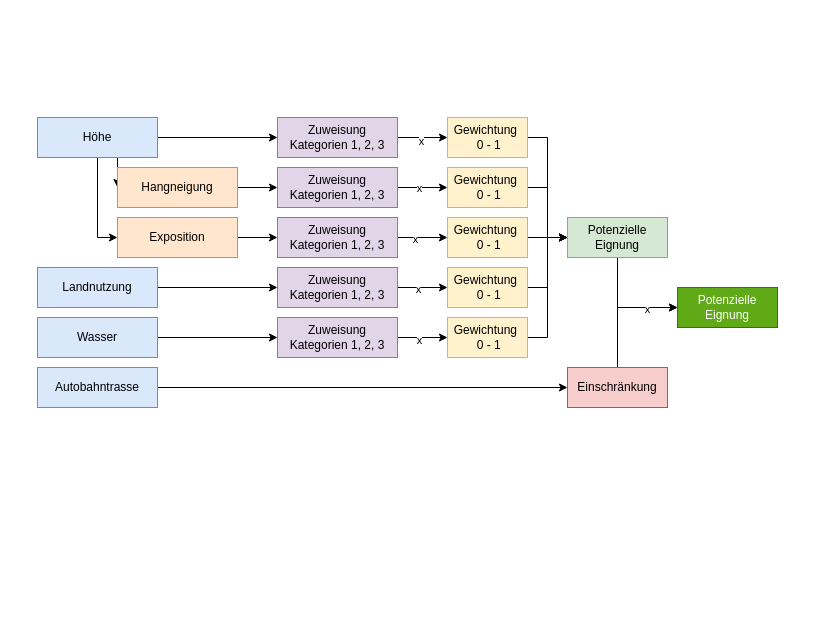
This is images/Unbenanntes Diagramm.drawio from gisma-courses/gc-geoinfo, a draw.io file, before an edit. Source tidied: cells renumbered, new cells numbered last; positions are measured from the earlier drawing's top-left corner, leaving out a move shared by most shapes. Both pictures are drawn from the tidied source at 100%, with x=0, y=0 at pixel (37, 117).
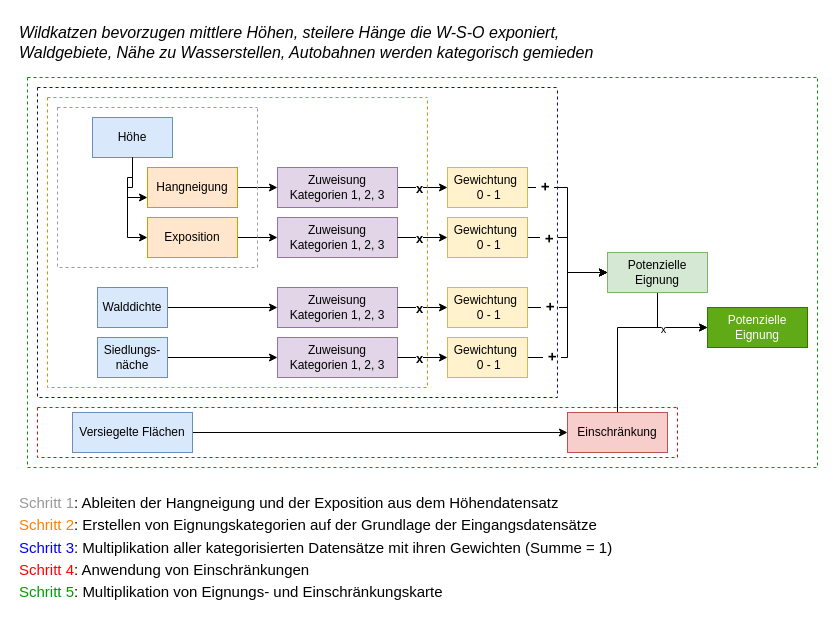
The same page after the edit.

Unchanged cells that the change refers to:
```xml
<mxCell id="17" style="edgeStyle=orthogonalEdgeStyle;rounded=0;jettySize=auto;html=1;exitX=1;exitY=0.5;exitDx=0;exitDy=0;entryX=0;entryY=0.5;entryDx=0;entryDy=0;" parent="1" edge="1" source="19" target="32">
  <mxGeometry relative="1" as="geometry" />
</mxCell>
<mxCell id="22" value="Zuweisung Kategorien 1, 2, 3" style="rounded=0;whiteSpace=wrap;html=1;fillColor=#e1d5e7;strokeColor=#9673a6;" parent="1" vertex="1">
  <mxGeometry x="240" y="100" width="120" height="40" as="geometry" />
</mxCell>
<mxCell id="31" style="edgeStyle=orthogonalEdgeStyle;rounded=0;jettySize=auto;html=1;exitX=1;exitY=0.5;exitDx=0;exitDy=0;entryX=0;entryY=0.5;entryDx=0;entryDy=0;" parent="1" edge="1" source="32" target="40">
  <mxGeometry relative="1" as="geometry" />
</mxCell>
<mxCell id="33" style="edgeStyle=orthogonalEdgeStyle;rounded=0;jettySize=auto;html=1;" parent="1" edge="1" source="34" target="40">
  <mxGeometry relative="1" as="geometry" />
</mxCell>
<mxCell id="34" value="Gewichtung&amp;nbsp;&lt;br&gt;&amp;nbsp;0 - 1" style="rounded=0;whiteSpace=wrap;html=1;fillColor=#fff2cc;strokeColor=#d6b656;" parent="1" vertex="1">
  <mxGeometry x="410" y="100" width="80" height="40" as="geometry" />
</mxCell>
<mxCell id="35" style="edgeStyle=orthogonalEdgeStyle;rounded=0;jettySize=auto;html=1;exitX=1;exitY=0.5;exitDx=0;exitDy=0;entryX=0;entryY=0.5;entryDx=0;entryDy=0;" parent="1" edge="1" source="36" target="40">
  <mxGeometry relative="1" as="geometry" />
</mxCell>
<mxCell id="37" style="edgeStyle=orthogonalEdgeStyle;rounded=0;jettySize=auto;html=1;exitX=1;exitY=0.5;exitDx=0;exitDy=0;entryX=0;entryY=0.5;entryDx=0;entryDy=0;" parent="1" edge="1" source="38" target="40">
  <mxGeometry relative="1" as="geometry" />
</mxCell>
```

Diff of the diagram source:
```diff
@@
-    <mxCell id="2" style="edgeStyle=orthogonalEdgeStyle;rounded=0;jettySize=auto;html=1;exitX=0.5;exitY=1;exitDx=0;exitDy=0;entryX=0;entryY=0.5;entryDx=0;entryDy=0;" parent="1" edge="1" source="5" target="9">
-      <mxGeometry relative="1" as="geometry" />
-    </mxCell>
-    <mxCell id="3" style="edgeStyle=orthogonalEdgeStyle;rounded=0;jettySize=auto;html=1;exitX=0.5;exitY=1;exitDx=0;exitDy=0;entryX=0;entryY=0.5;entryDx=0;entryDy=0;" parent="1" edge="1" source="5" target="7">
-      <mxGeometry relative="1" as="geometry" />
-    </mxCell>
-    <mxCell id="4" style="edgeStyle=orthogonalEdgeStyle;rounded=0;jettySize=auto;html=1;exitX=1;exitY=0.5;exitDx=0;exitDy=0;entryX=0;entryY=0.5;entryDx=0;entryDy=0;" parent="1" edge="1" source="5" target="16">
-      <mxGeometry relative="1" as="geometry" />
-    </mxCell>
-    <mxCell id="5" value="Höhe" style="rounded=0;whiteSpace=wrap;html=1;fillColor=#dae8fc;strokeColor=#6c8ebf;" parent="1" vertex="1">
-      <mxGeometry width="120" height="40" as="geometry" />
-    </mxCell>
@@
-    <mxCell id="7" value="Hangneigung" style="rounded=0;whiteSpace=wrap;html=1;fillColor=#ffe6cc;strokeColor=#d79b00;" parent="1" vertex="1">
-      <mxGeometry x="80" y="50" width="120" height="40" as="geometry" />
-    </mxCell>
@@
-    <mxCell id="9" value="Exposition" style="rounded=0;whiteSpace=wrap;html=1;fillColor=#ffe6cc;strokeColor=#d79b00;" parent="1" vertex="1">
-      <mxGeometry x="80" y="100" width="120" height="40" as="geometry" />
-    </mxCell>
@@
-    <mxCell id="11" value="Landnutzung" style="rounded=0;whiteSpace=wrap;html=1;fillColor=#dae8fc;strokeColor=#6c8ebf;" parent="1" vertex="1">
-      <mxGeometry y="150" width="120" height="40" as="geometry" />
-    </mxCell>
@@
-    <mxCell id="13" value="Wasser" style="rounded=0;whiteSpace=wrap;html=1;fillColor=#dae8fc;strokeColor=#6c8ebf;" parent="1" vertex="1">
-      <mxGeometry y="200" width="120" height="40" as="geometry" />
-    </mxCell>
-    <mxCell id="14" style="edgeStyle=orthogonalEdgeStyle;rounded=0;jettySize=auto;html=1;exitX=1;exitY=0.5;exitDx=0;exitDy=0;entryX=0;entryY=0.5;entryDx=0;entryDy=0;" parent="1" edge="1" source="16" target="30">
-      <mxGeometry relative="1" as="geometry" />
-    </mxCell>
-    <mxCell id="15" value="x" style="edgeLabel;html=1;align=center;verticalAlign=middle;" parent="14" vertex="1">
-      <mxGeometry x="-0.09" y="-3" relative="1" as="geometry" />
-    </mxCell>
-    <mxCell id="16" value="Zuweisung Kategorien 1, 2, 3" style="rounded=0;whiteSpace=wrap;html=1;fillColor=#e1d5e7;strokeColor=#9673a6;" parent="1" vertex="1">
-      <mxGeometry x="240" width="120" height="40" as="geometry" />
-    </mxCell>
@@
-    <mxCell id="18" value="x" style="edgeLabel;html=1;align=center;verticalAlign=middle;" parent="17" vertex="1">
+    <mxCell id="18" value="x" style="edgeLabel;html=1;align=center;verticalAlign=middle;fontSize=13;fontStyle=1;spacingLeft=5;spacingRight=5;" parent="17" vertex="1">
       <mxGeometry x="-0.17" relative="1" as="geometry" />
     </mxCell>
@@
-    <mxCell id="20" style="edgeStyle=orthogonalEdgeStyle;rounded=0;jettySize=auto;html=1;exitX=1;exitY=0.5;exitDx=0;exitDy=0;entryX=0;entryY=0.5;entryDx=0;entryDy=0;" parent="1" edge="1" source="22" target="34">
-      <mxGeometry relative="1" as="geometry" />
-    </mxCell>
-    <mxCell id="21" value="x" style="edgeLabel;html=1;align=center;verticalAlign=middle;" parent="20" vertex="1">
-      <mxGeometry x="-0.33" y="-1" relative="1" as="geometry" />
-    </mxCell>
@@
-    <mxCell id="23" style="edgeStyle=orthogonalEdgeStyle;rounded=0;jettySize=auto;html=1;exitX=1;exitY=0.5;exitDx=0;exitDy=0;entryX=0;entryY=0.5;entryDx=0;entryDy=0;" parent="1" edge="1" source="25" target="36">
-      <mxGeometry relative="1" as="geometry" />
-    </mxCell>
-    <mxCell id="24" value="x" style="edgeLabel;html=1;align=center;verticalAlign=middle;" parent="23" vertex="1">
-      <mxGeometry x="-0.21" y="-1" relative="1" as="geometry" />
-    </mxCell>
     <mxCell id="25" value="Zuweisung Kategorien 1, 2, 3" style="rounded=0;whiteSpace=wrap;html=1;fillColor=#e1d5e7;strokeColor=#9673a6;" parent="1" vertex="1">
-      <mxGeometry x="240" y="150" width="120" height="40" as="geometry" />
+      <mxGeometry x="240" y="170" width="120" height="40" as="geometry" />
     </mxCell>
-    <mxCell id="26" style="edgeStyle=orthogonalEdgeStyle;rounded=0;jettySize=auto;html=1;exitX=1;exitY=0.5;exitDx=0;exitDy=0;entryX=0;entryY=0.5;entryDx=0;entryDy=0;" parent="1" edge="1" source="28" target="38">
-      <mxGeometry relative="1" as="geometry" />
-    </mxCell>
-    <mxCell id="27" value="x" style="edgeLabel;html=1;align=center;verticalAlign=middle;" parent="26" vertex="1">
-      <mxGeometry x="-0.17" y="-2" relative="1" as="geometry" />
-    </mxCell>
     <mxCell id="28" value="Zuweisung Kategorien 1, 2, 3" style="rounded=0;whiteSpace=wrap;html=1;fillColor=#e1d5e7;strokeColor=#9673a6;" parent="1" vertex="1">
-      <mxGeometry x="240" y="200" width="120" height="40" as="geometry" />
+      <mxGeometry x="240" y="220" width="120" height="40" as="geometry" />
     </mxCell>
-    <mxCell id="29" style="edgeStyle=orthogonalEdgeStyle;rounded=0;jettySize=auto;html=1;exitX=1;exitY=0.5;exitDx=0;exitDy=0;entryX=0;entryY=0.5;entryDx=0;entryDy=0;" parent="1" edge="1" source="30" target="40">
-      <mxGeometry relative="1" as="geometry" />
-    </mxCell>
-    <mxCell id="30" value="Gewichtung&amp;nbsp;&lt;br&gt;&amp;nbsp;0 - 1" style="rounded=0;whiteSpace=wrap;html=1;fillColor=#fff2cc;strokeColor=#d6b656;" parent="1" vertex="1">
-      <mxGeometry x="410" width="80" height="40" as="geometry" />
-    </mxCell>
@@
+    <mxCell id="47" value="+" style="edgeLabel;html=1;align=center;verticalAlign=middle;fontSize=15;fontStyle=1;horizontal=0;" parent="31" vertex="1">
+      <mxGeometry x="-0.8" y="-1" relative="1" as="geometry" />
+    </mxCell>
@@
+    <mxCell id="48" value="+" style="edgeLabel;html=1;align=center;verticalAlign=middle;fontSize=15;fontStyle=1;horizontal=0;" parent="33" vertex="1">
+      <mxGeometry x="-0.66" y="-3" relative="1" as="geometry" />
+    </mxCell>
@@
+    <mxCell id="49" value="+" style="edgeLabel;html=1;align=center;verticalAlign=middle;fontSize=15;fontStyle=1;horizontal=0;" parent="35" vertex="1">
+      <mxGeometry x="-0.64" y="-1" relative="1" as="geometry" />
+    </mxCell>
     <mxCell id="36" value="Gewichtung&amp;nbsp;&lt;br&gt;&amp;nbsp;0 - 1" style="rounded=0;whiteSpace=wrap;html=1;fillColor=#fff2cc;strokeColor=#d6b656;" parent="1" vertex="1">
-      <mxGeometry x="410" y="150" width="80" height="40" as="geometry" />
+      <mxGeometry x="410" y="170" width="80" height="40" as="geometry" />
     </mxCell>
@@
+    <mxCell id="50" value="&lt;font style=&quot;font-size: 15px;&quot;&gt;&lt;b style=&quot;font-size: 15px;&quot;&gt;+&lt;/b&gt;&lt;/font&gt;" style="edgeLabel;html=1;align=center;verticalAlign=middle;fontSize=15;horizontal=0;" parent="37" vertex="1">
+      <mxGeometry x="-0.72" y="-1" relative="1" as="geometry" />
+    </mxCell>
     <mxCell id="38" value="Gewichtung&amp;nbsp;&lt;br&gt;&amp;nbsp;0 - 1" style="rounded=0;whiteSpace=wrap;html=1;fillColor=#fff2cc;strokeColor=#d6b656;" parent="1" vertex="1">
-      <mxGeometry x="410" y="200" width="80" height="40" as="geometry" />
+      <mxGeometry x="410" y="220" width="80" height="40" as="geometry" />
     </mxCell>
@@
-    <mxCell id="40" value="Potenzielle Eignung" style="rounded=0;whiteSpace=wrap;html=1;fillColor=#d5e8d4;strokeColor=#82b366;" parent="1" vertex="1">
-      <mxGeometry x="530" y="100" width="100" height="40" as="geometry" />
-    </mxCell>
@@
-    <mxCell id="42" value="Autobahntrasse" style="rounded=0;whiteSpace=wrap;html=1;fillColor=#dae8fc;strokeColor=#6c8ebf;" parent="1" vertex="1">
-      <mxGeometry y="250" width="120" height="40" as="geometry" />
-    </mxCell>
@@
     <mxCell id="45" value="Einschränkung" style="rounded=0;whiteSpace=wrap;html=1;fillColor=#f8cecc;strokeColor=#b85450;" parent="1" vertex="1">
-      <mxGeometry x="530" y="250" width="100" height="40" as="geometry" />
+      <mxGeometry x="530" y="295" width="100" height="40" as="geometry" />
     </mxCell>
     <mxCell id="46" value="Potenzielle Eignung" style="rounded=0;whiteSpace=wrap;html=1;fillColor=#60a917;fontColor=#ffffff;strokeColor=#2D7600;" parent="1" vertex="1">
-      <mxGeometry x="640" y="170" width="100" height="40" as="geometry" />
+      <mxGeometry x="670" y="190" width="100" height="40" as="geometry" />
     </mxCell>
+    <mxCell id="51" value="&lt;font color=&quot;#999999&quot;&gt;Schritt 1&lt;/font&gt;: Ableiten der Hangneigung und der Exposition aus dem Höhendatensatz" style="text;html=1;align=left;verticalAlign=middle;strokeColor=none;fillColor=none;fontSize=15;" parent="1" vertex="1">
+      <mxGeometry x="-20" y="370" width="560" height="30" as="geometry" />
+    </mxCell>
+    <mxCell id="52" value="&lt;font color=&quot;#ff8000&quot;&gt;Schritt 2&lt;/font&gt;: Erstellen von Eignungskategorien auf der Grundlage der Eingangsdatensätze" style="text;html=1;align=left;verticalAlign=middle;strokeColor=none;fillColor=none;fontSize=15;" parent="1" vertex="1">
+      <mxGeometry x="-20" y="392" width="600" height="30" as="geometry" />
+    </mxCell>
+    <mxCell id="53" value="&lt;font color=&quot;#0000ff&quot;&gt;Schritt 3&lt;/font&gt;: Multiplikation aller kategorisierten Datensätze mit ihren Gewichten (Summe = 1)" style="text;html=1;align=left;verticalAlign=middle;strokeColor=none;fillColor=none;fontSize=15;" parent="1" vertex="1">
+      <mxGeometry x="-20" y="415" width="620" height="30" as="geometry" />
+    </mxCell>
+    <mxCell id="54" value="&lt;font color=&quot;#ff0000&quot;&gt;Schritt 4&lt;/font&gt;: Anwendung von Einschränkungen" style="text;html=1;align=left;verticalAlign=middle;strokeColor=none;fillColor=none;fontSize=15;" parent="1" vertex="1">
+      <mxGeometry x="-20" y="437" width="310" height="30" as="geometry" />
+    </mxCell>
+    <mxCell id="55" value="&lt;font color=&quot;#009900&quot;&gt;Schritt 5&lt;/font&gt;:&amp;nbsp;&lt;span style=&quot;background-color: initial; font-size: 15px;&quot;&gt;Multiplikation von Eignungs- und Einschränkungskarte&lt;/span&gt;" style="text;html=1;align=left;verticalAlign=middle;strokeColor=none;fillColor=none;fontSize=15;" parent="1" vertex="1">
+      <mxGeometry x="-20" y="459" width="450" height="30" as="geometry" />
+    </mxCell>
+    <mxCell id="56" value="&lt;font style=&quot;font-size: 16px;&quot;&gt;&lt;i&gt;Wildkatzen bevorzugen mittlere Höhen, steilere Hänge die W-S-O exponiert, &lt;br&gt;Waldgebiete, Nähe zu Wasserstellen, Autobahnen werden kategorisch gemieden&lt;/i&gt;&lt;/font&gt;" style="text;html=1;align=left;verticalAlign=middle;strokeColor=none;fillColor=none;fontSize=15;" parent="1" vertex="1">
+      <mxGeometry x="-20" y="-100" width="600" height="50" as="geometry" />
+    </mxCell>
+    <mxCell id="57" style="swimlane;startSize=0;dashed=1;strokeColor=#0000FF;fillColor=#FF0000;fontColor=#ffffff;" parent="1" vertex="1">
+      <mxGeometry y="-30" width="520" height="310" as="geometry" />
+    </mxCell>
+    <mxCell id="58" style="swimlane;startSize=0;dashed=1;strokeColor=#FF0000;fillColor=#FF0000;fontColor=#ffffff;" parent="1" vertex="1">
+      <mxGeometry y="290" width="640" height="50" as="geometry" />
+    </mxCell>
+    <mxCell id="59" style="swimlane;startSize=0;dashed=1;strokeColor=#009900;fillColor=#FF0000;fontColor=#ffffff;" parent="1" vertex="1">
+      <mxGeometry x="-10" y="-40" width="790" height="390" as="geometry" />
+    </mxCell>
+    <mxCell id="5" value="Höhe" style="rounded=0;whiteSpace=wrap;html=1;fillColor=#dae8fc;strokeColor=#6c8ebf;" parent="59" vertex="1">
+      <mxGeometry x="65" y="40" width="80" height="40" as="geometry" />
+    </mxCell>
+    <mxCell id="11" value="Walddichte" style="rounded=0;whiteSpace=wrap;html=1;fillColor=#dae8fc;strokeColor=#6c8ebf;" parent="59" vertex="1">
+      <mxGeometry x="70" y="210" width="70" height="40" as="geometry" />
+    </mxCell>
+    <mxCell id="13" value="Siedlungs-&lt;div&gt;näche&lt;/div&gt;" style="rounded=0;whiteSpace=wrap;html=1;fillColor=#dae8fc;strokeColor=#6c8ebf;" parent="59" vertex="1">
+      <mxGeometry x="70" y="260" width="70" height="40" as="geometry" />
+    </mxCell>
+    <mxCell id="42" value="Versiegelte Flächen" style="rounded=0;whiteSpace=wrap;html=1;fillColor=#dae8fc;strokeColor=#6c8ebf;" parent="59" vertex="1">
+      <mxGeometry x="45" y="335" width="120" height="40" as="geometry" />
+    </mxCell>
+    <mxCell id="40" value="Potenzielle Eignung" style="rounded=0;whiteSpace=wrap;html=1;fillColor=#d5e8d4;strokeColor=#82b366;" parent="59" vertex="1">
+      <mxGeometry x="580" y="175" width="100" height="40" as="geometry" />
+    </mxCell>
+    <mxCell id="60" style="edgeStyle=orthogonalEdgeStyle;rounded=0;jettySize=auto;html=1;exitX=1;exitY=0.5;exitDx=0;exitDy=0;" parent="1" edge="1" source="22">
+      <mxGeometry relative="1" as="geometry">
+        <mxPoint x="410" y="120" as="targetPoint" />
+      </mxGeometry>
+    </mxCell>
+    <mxCell id="61" value="x" style="edgeLabel;html=1;align=center;verticalAlign=middle;fontSize=13;fontStyle=1;spacingLeft=5;spacingRight=5;" parent="60" vertex="1">
+      <mxGeometry x="-0.17" relative="1" as="geometry" />
+    </mxCell>
+    <mxCell id="23" style="edgeStyle=orthogonalEdgeStyle;rounded=0;jettySize=auto;html=1;exitX=1;exitY=0.5;exitDx=0;exitDy=0;entryX=0;entryY=0.5;entryDx=0;entryDy=0;" parent="1" edge="1" source="25" target="36">
+      <mxGeometry relative="1" as="geometry" />
+    </mxCell>
+    <mxCell id="62" value="x" style="edgeLabel;html=1;align=center;verticalAlign=middle;fontSize=13;fontStyle=1;spacingLeft=5;spacingRight=5;" parent="23" vertex="1">
+      <mxGeometry x="-0.17" relative="1" as="geometry" />
+    </mxCell>
+    <mxCell id="26" style="edgeStyle=orthogonalEdgeStyle;rounded=0;jettySize=auto;html=1;exitX=1;exitY=0.5;exitDx=0;exitDy=0;entryX=0;entryY=0.5;entryDx=0;entryDy=0;" parent="1" edge="1" source="28" target="38">
+      <mxGeometry relative="1" as="geometry" />
+    </mxCell>
+    <mxCell id="63" value="x" style="edgeLabel;html=1;align=center;verticalAlign=middle;fontSize=13;fontStyle=1;spacingLeft=5;spacingRight=5;" parent="26" vertex="1">
+      <mxGeometry x="-0.17" relative="1" as="geometry" />
+    </mxCell>
+    <mxCell id="64" style="group;" parent="1" vertex="1">
+      <mxGeometry x="20" y="-10" width="200" height="160" as="geometry" />
+    </mxCell>
+    <mxCell id="2" style="edgeStyle=orthogonalEdgeStyle;rounded=0;jettySize=auto;html=1;exitX=0.5;exitY=1;exitDx=0;exitDy=0;entryX=0;entryY=0.5;entryDx=0;entryDy=0;" parent="64" edge="1" source="5" target="9">
+      <mxGeometry relative="1" as="geometry" />
+    </mxCell>
+    <mxCell id="7" value="Hangneigung" style="rounded=0;whiteSpace=wrap;html=1;fillColor=#ffe6cc;strokeColor=#d79b00;" parent="64" vertex="1">
+      <mxGeometry x="90" y="60" width="90" height="40" as="geometry" />
+    </mxCell>
+    <mxCell id="9" value="Exposition" style="rounded=0;whiteSpace=wrap;html=1;fillColor=#ffe6cc;strokeColor=#d79b00;" parent="64" vertex="1">
+      <mxGeometry x="90" y="110" width="90" height="40" as="geometry" />
+    </mxCell>
+    <mxCell id="65" style="swimlane;startSize=0;dashed=1;strokeColor=#999999;fillColor=#e3c800;fontColor=#000000;" parent="64" vertex="1">
+      <mxGeometry width="200" height="160" as="geometry" />
+    </mxCell>
+    <mxCell id="66" style="swimlane;startSize=0;dashed=1;strokeColor=#FF8000;fillColor=#FF8000;fontColor=#ffffff;" parent="65" vertex="1">
+      <mxGeometry x="-10" y="-10" width="380" height="290" as="geometry" />
+    </mxCell>
+    <mxCell id="3" style="edgeStyle=orthogonalEdgeStyle;rounded=0;jettySize=auto;html=1;exitX=0.5;exitY=1;exitDx=0;exitDy=0;entryX=0;entryY=0.75;entryDx=0;entryDy=0;" parent="64" edge="1" source="5" target="7">
+      <mxGeometry relative="1" as="geometry" />
+    </mxCell>
```
